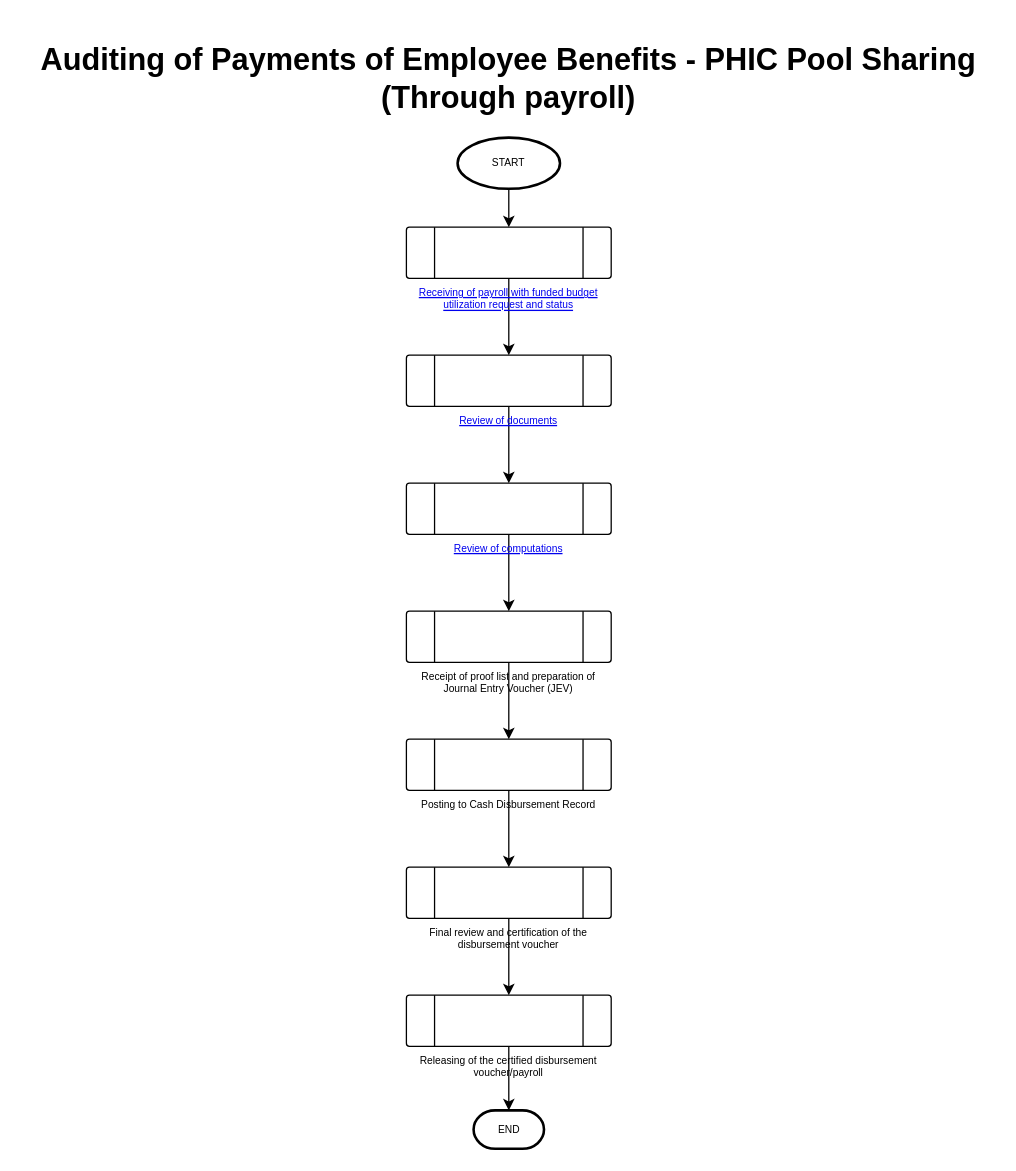
johnpaul4474/FMO-accounting keeps this draw.io diagram as page 1 of 5 of Auditing of Payments of Employee Benefits - PHIC Pool Sharing (Through payroll).drawio. Above is the earlier version. Source tidied: cells renumbered, new cells numbered last; positions are measured from the earlier drawing's top-left corner, leaving out a move shared by most shapes. Both pictures are drawn from the tidied source at 128%, with x=0, y=0 at pixel (22, 35).
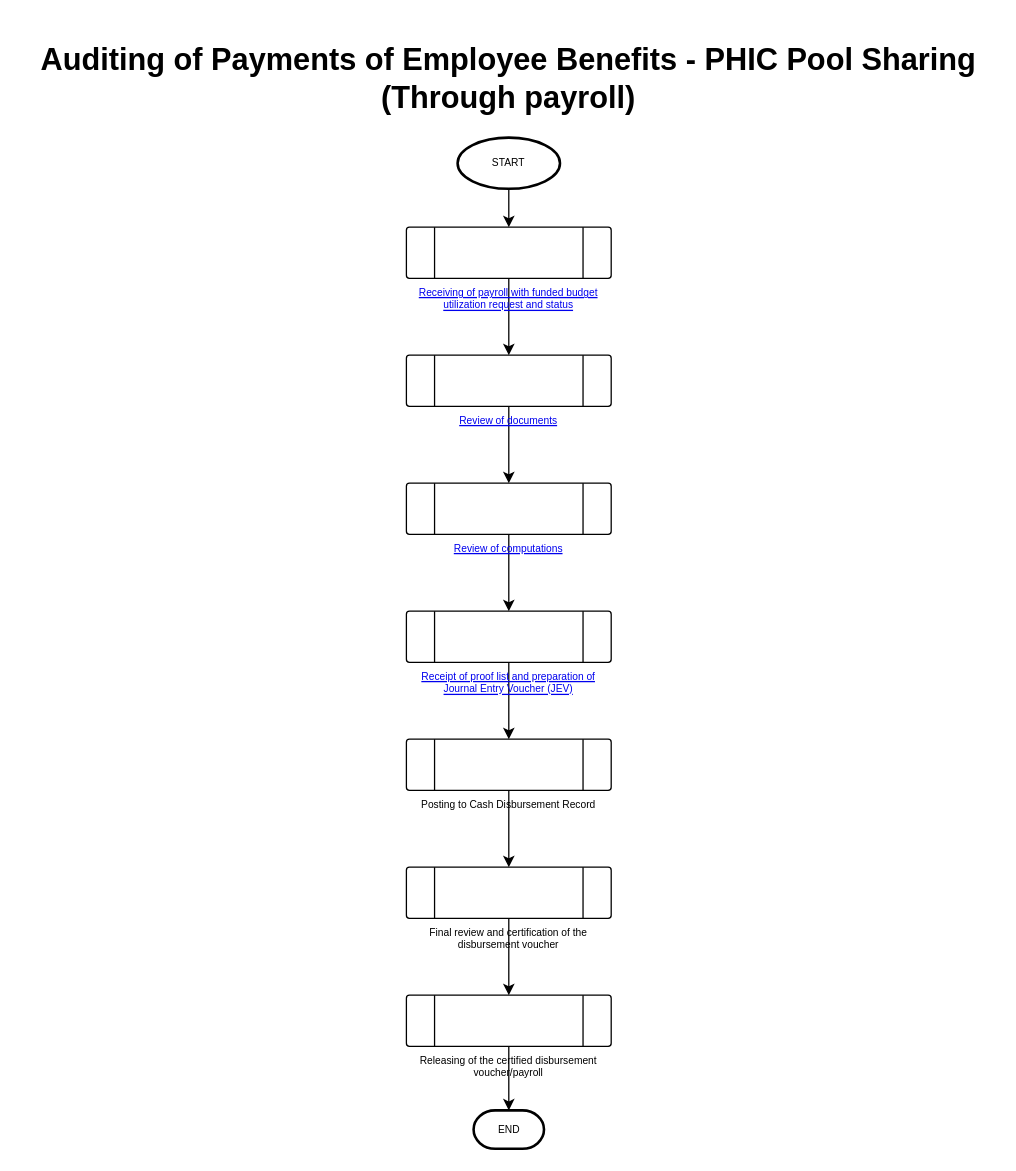
The same page after the edit.

Diff of the diagram source:
```diff
@@
 <mxGraphModel>
   <root>
     <mxCell id="0" />
     <mxCell id="1" parent="0" />
     <mxCell id="2" value="&lt;h1&gt;Auditing of Payments of Employee Benefits - PHIC Pool Sharing (Through payroll)&lt;br&gt;&lt;/h1&gt;" style="text;html=1;strokeColor=none;fillColor=none;spacing=5;spacingTop=-20;whiteSpace=wrap;overflow=hidden;rounded=0;align=center;" parent="1" vertex="1">
       <mxGeometry width="760" height="70" as="geometry" />
     </mxCell>
     <mxCell id="3" style="edgeStyle=orthogonalEdgeStyle;rounded=0;jettySize=auto;html=1;fontSize=8;" parent="1" edge="1" source="4" target="6">
       <mxGeometry relative="1" as="geometry" />
     </mxCell>
     <mxCell id="4" value="START" style="strokeWidth=2;html=1;shape=mxgraph.flowchart.start_1;whiteSpace=wrap;fontSize=8;" parent="1" vertex="1">
       <mxGeometry x="340" y="80" width="80" height="40" as="geometry" />
     </mxCell>
     <mxCell id="5" style="edgeStyle=orthogonalEdgeStyle;rounded=0;jettySize=auto;html=1;fontSize=8;" parent="1" edge="1" source="6" target="8">
       <mxGeometry relative="1" as="geometry" />
     </mxCell>
     <mxCell id="6" value="&lt;a href=&quot;data:page/id,EpME3VKb8Og38hKZZgKF&quot;&gt;Receiving of payroll with funded budget utilization request and status&lt;/a&gt;" style="verticalLabelPosition=bottom;verticalAlign=top;html=1;shape=process;whiteSpace=wrap;rounded=1;size=0.14;arcSize=6;fontSize=8;" parent="1" vertex="1">
       <mxGeometry x="300" y="150" width="160" height="40" as="geometry" />
     </mxCell>
     <mxCell id="7" style="edgeStyle=orthogonalEdgeStyle;rounded=0;jettySize=auto;html=1;fontSize=8;" parent="1" edge="1" source="8" target="10">
       <mxGeometry relative="1" as="geometry" />
     </mxCell>
     <mxCell id="8" value="&lt;a href=&quot;data:page/id,sMm1-IjmNLf-irVkglVV&quot;&gt;Review of documents&lt;/a&gt;" style="verticalLabelPosition=bottom;verticalAlign=top;html=1;shape=process;whiteSpace=wrap;rounded=1;size=0.14;arcSize=6;fontSize=8;" parent="1" vertex="1">
       <mxGeometry x="300" y="250" width="160" height="40" as="geometry" />
     </mxCell>
     <mxCell id="9" style="edgeStyle=orthogonalEdgeStyle;rounded=0;jettySize=auto;html=1;fontSize=8;" parent="1" edge="1" source="10" target="19">
       <mxGeometry relative="1" as="geometry" />
     </mxCell>
     <mxCell id="10" value="&lt;a href=&quot;data:page/id,Jro121i4ryuF84WWN6i_&quot;&gt;Review of computations&lt;/a&gt;" style="verticalLabelPosition=bottom;verticalAlign=top;html=1;shape=process;whiteSpace=wrap;rounded=1;size=0.14;arcSize=6;fontSize=8;" parent="1" vertex="1">
       <mxGeometry x="300" y="350" width="160" height="40" as="geometry" />
     </mxCell>
     <mxCell id="11" style="edgeStyle=orthogonalEdgeStyle;rounded=0;jettySize=auto;html=1;fontSize=8;" parent="1" edge="1" source="12" target="14">
       <mxGeometry relative="1" as="geometry" />
     </mxCell>
     <mxCell id="12" value="Posting to Cash Disbursement Record" style="verticalLabelPosition=bottom;verticalAlign=top;html=1;shape=process;whiteSpace=wrap;rounded=1;size=0.14;arcSize=6;fontSize=8;" parent="1" vertex="1">
       <mxGeometry x="300" y="550" width="160" height="40" as="geometry" />
     </mxCell>
     <mxCell id="13" style="edgeStyle=orthogonalEdgeStyle;rounded=0;jettySize=auto;html=1;fontSize=8;" parent="1" edge="1" source="14" target="16">
       <mxGeometry relative="1" as="geometry" />
     </mxCell>
     <mxCell id="14" value="Final review and certification of the disbursement voucher" style="verticalLabelPosition=bottom;verticalAlign=top;html=1;shape=process;whiteSpace=wrap;rounded=1;size=0.14;arcSize=6;fontSize=8;" parent="1" vertex="1">
       <mxGeometry x="300" y="650" width="160" height="40" as="geometry" />
     </mxCell>
     <mxCell id="15" style="edgeStyle=orthogonalEdgeStyle;rounded=0;jettySize=auto;html=1;fontSize=8;" parent="1" edge="1" source="16" target="17">
       <mxGeometry relative="1" as="geometry" />
     </mxCell>
     <mxCell id="16" value="Releasing of the certified disbursement voucher/payroll" style="verticalLabelPosition=bottom;verticalAlign=top;html=1;shape=process;whiteSpace=wrap;rounded=1;size=0.14;arcSize=6;fontSize=8;" parent="1" vertex="1">
       <mxGeometry x="300" y="750" width="160" height="40" as="geometry" />
     </mxCell>
     <mxCell id="17" value="END" style="strokeWidth=2;html=1;shape=mxgraph.flowchart.terminator;whiteSpace=wrap;fontSize=8;" parent="1" vertex="1">
       <mxGeometry x="352.5" y="840" width="55" height="30" as="geometry" />
     </mxCell>
     <mxCell id="18" style="edgeStyle=orthogonalEdgeStyle;rounded=0;jettySize=auto;html=1;fontSize=8;" parent="1" edge="1" source="19" target="12">
       <mxGeometry relative="1" as="geometry" />
     </mxCell>
-    <mxCell id="19" value="Receipt of proof list and preparation of Journal Entry Voucher (JEV)" style="verticalLabelPosition=bottom;verticalAlign=top;html=1;shape=process;whiteSpace=wrap;rounded=1;size=0.14;arcSize=6;fontSize=8;" parent="1" vertex="1">
+    <mxCell id="19" value="&lt;a href=&quot;data:page/id,2P8Etww8RWFoi6CfWF_c&quot;&gt;Receipt of proof list and preparation of Journal Entry Voucher (JEV)&lt;/a&gt;" style="verticalLabelPosition=bottom;verticalAlign=top;html=1;shape=process;whiteSpace=wrap;rounded=1;size=0.14;arcSize=6;fontSize=8;" parent="1" vertex="1">
       <mxGeometry x="300" y="450" width="160" height="40" as="geometry" />
     </mxCell>
   </root>
 </mxGraphModel>
```
